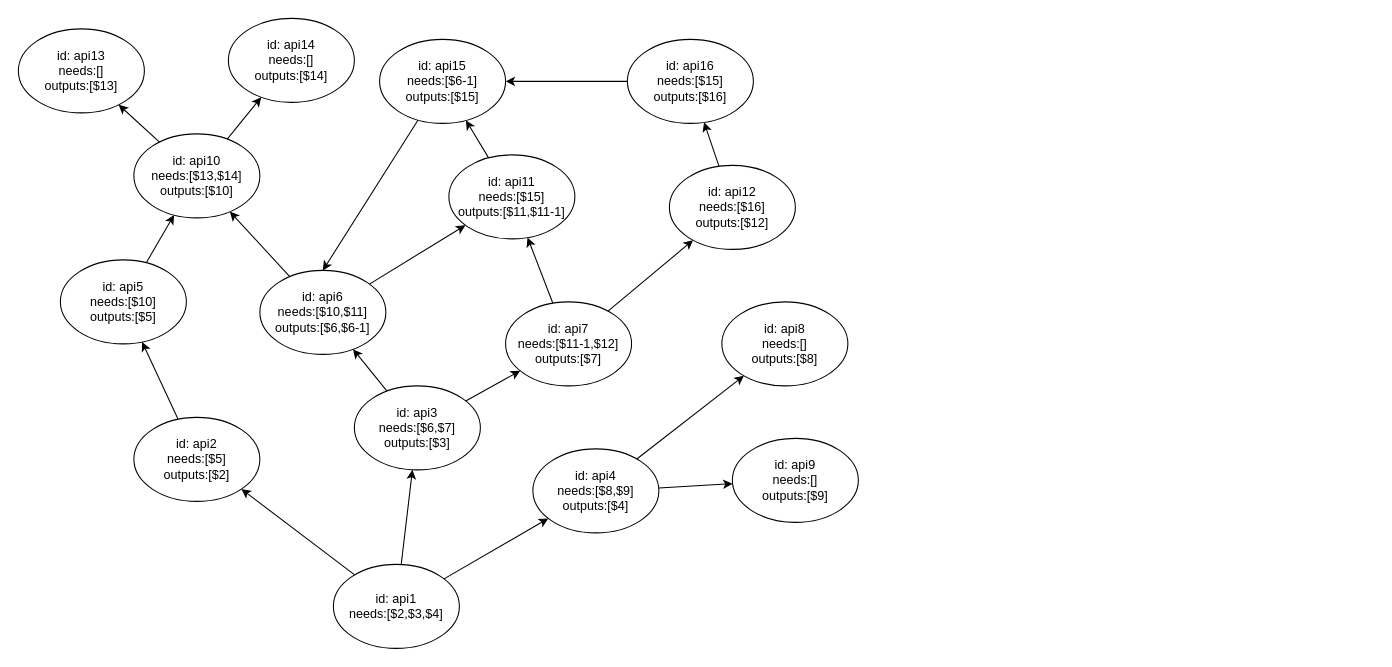
The draw.io diagram docs/invokeChains.drawio in apporoad/atest.js, before the edit. Source tidied: cells renumbered, new cells numbered last; positions are measured from the earlier drawing's top-left corner, leaving out a move shared by most shapes. Both pictures are drawn from the tidied source at 105%, with x=0, y=0 at pixel (18, 18).
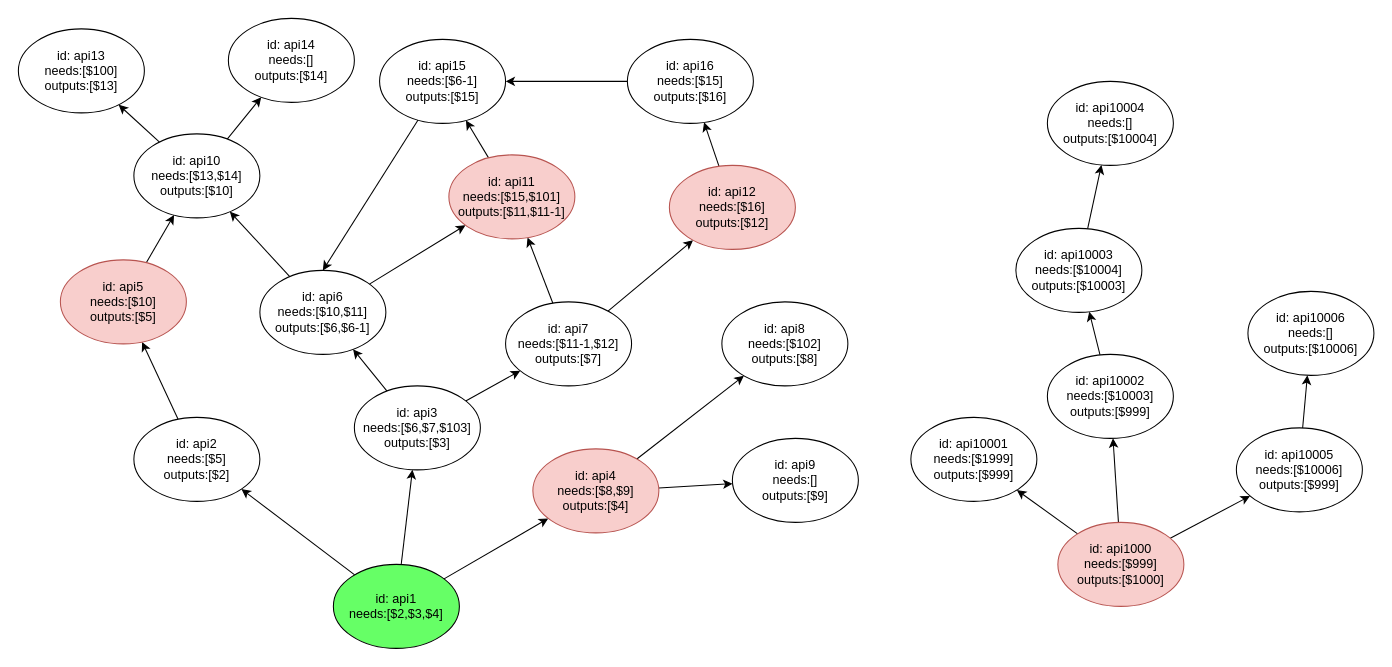
The same diagram, later.

Change to the diagram source:
```diff
@@
-    <mxCell id="5" value="id: api1&lt;br&gt;needs:[$2,$3,$4]" style="ellipse;whiteSpace=wrap;html=1;" parent="1" vertex="1">
+    <mxCell id="5" value="id: api1&lt;br&gt;needs:[$2,$3,$4]" style="ellipse;whiteSpace=wrap;html=1;fillColor=#66FF66;" parent="1" vertex="1">
       <mxGeometry x="300" y="520" width="120" height="80" as="geometry" />
     </mxCell>
@@
-    <mxCell id="10" value="id: api3&lt;br&gt;&lt;div&gt;needs:[$6,$7]&lt;/div&gt;&lt;div&gt;outputs:[$3]&lt;br&gt;&lt;/div&gt;" style="ellipse;whiteSpace=wrap;html=1;" parent="1" vertex="1">
+    <mxCell id="10" value="id: api3&lt;br&gt;&lt;div&gt;needs:[$6,$7,$103]&lt;/div&gt;&lt;div&gt;outputs:[$3]&lt;br&gt;&lt;/div&gt;" style="ellipse;whiteSpace=wrap;html=1;" parent="1" vertex="1">
       <mxGeometry x="320" y="350" width="120" height="80" as="geometry" />
     </mxCell>
@@
-    <mxCell id="13" value="id: api4&lt;br&gt;&lt;div&gt;needs:[$8,$9]&lt;/div&gt;&lt;div&gt;outputs:[$4]&lt;br&gt;&lt;/div&gt;" style="ellipse;whiteSpace=wrap;html=1;" parent="1" vertex="1">
+    <mxCell id="13" value="id: api4&lt;br&gt;&lt;div&gt;needs:[$8,$9]&lt;/div&gt;&lt;div&gt;outputs:[$4]&lt;br&gt;&lt;/div&gt;" style="ellipse;whiteSpace=wrap;html=1;fillColor=#f8cecc;strokeColor=#b85450;" parent="1" vertex="1">
       <mxGeometry x="490" y="410" width="120" height="80" as="geometry" />
     </mxCell>
@@
-    <mxCell id="15" value="id: api5&lt;br&gt;&lt;div&gt;needs:[$10]&lt;br&gt;outputs:[$5]&lt;br&gt;&lt;/div&gt;" style="ellipse;whiteSpace=wrap;html=1;" parent="1" vertex="1">
+    <mxCell id="15" value="id: api5&lt;br&gt;&lt;div&gt;needs:[$10]&lt;br&gt;outputs:[$5]&lt;br&gt;&lt;/div&gt;" style="ellipse;whiteSpace=wrap;html=1;fillColor=#f8cecc;strokeColor=#b85450;" parent="1" vertex="1">
       <mxGeometry x="40" y="230" width="120" height="80" as="geometry" />
     </mxCell>
@@
-    <mxCell id="22" value="id: api8&lt;br&gt;&lt;div&gt;needs:[]&lt;/div&gt;&lt;div&gt;outputs:[$8]&lt;br&gt;&lt;/div&gt;" style="ellipse;whiteSpace=wrap;html=1;" parent="1" vertex="1">
+    <mxCell id="22" value="id: api8&lt;br&gt;&lt;div&gt;needs:[$102]&lt;/div&gt;&lt;div&gt;outputs:[$8]&lt;br&gt;&lt;/div&gt;" style="ellipse;whiteSpace=wrap;html=1;" parent="1" vertex="1">
       <mxGeometry x="670" y="270" width="120" height="80" as="geometry" />
     </mxCell>
@@
-    <mxCell id="27" value="id: api13&lt;br&gt;&lt;div&gt;needs:[]&lt;/div&gt;&lt;div&gt;outputs:[$13]&lt;br&gt;&lt;/div&gt;" style="ellipse;whiteSpace=wrap;html=1;" parent="1" vertex="1">
+    <mxCell id="27" value="id: api13&lt;br&gt;&lt;div&gt;needs:[$100]&lt;/div&gt;&lt;div&gt;outputs:[$13]&lt;br&gt;&lt;/div&gt;" style="ellipse;whiteSpace=wrap;html=1;" parent="1" vertex="1">
       <mxGeometry y="10" width="120" height="80" as="geometry" />
     </mxCell>
@@
-    <mxCell id="30" value="id: api12&lt;br&gt;&lt;div&gt;needs:[$16]&lt;/div&gt;&lt;div&gt;outputs:[$12]&lt;br&gt;&lt;/div&gt;" style="ellipse;whiteSpace=wrap;html=1;" parent="1" vertex="1">
+    <mxCell id="30" value="id: api12&lt;br&gt;&lt;div&gt;needs:[$16]&lt;/div&gt;&lt;div&gt;outputs:[$12]&lt;br&gt;&lt;/div&gt;" style="ellipse;whiteSpace=wrap;html=1;fillColor=#f8cecc;strokeColor=#b85450;" parent="1" vertex="1">
       <mxGeometry x="620" y="140" width="120" height="80" as="geometry" />
     </mxCell>
@@
-    <mxCell id="34" value="id: api11&lt;br&gt;&lt;div&gt;needs:[$15]&lt;/div&gt;&lt;div&gt;outputs:[$11,$11-1]&lt;br&gt;&lt;/div&gt;" style="ellipse;whiteSpace=wrap;html=1;" parent="1" vertex="1">
+    <mxCell id="34" value="id: api11&lt;br&gt;&lt;div&gt;needs:[$15,$101]&lt;/div&gt;&lt;div&gt;outputs:[$11,$11-1]&lt;br&gt;&lt;/div&gt;" style="ellipse;whiteSpace=wrap;html=1;fillColor=#f8cecc;strokeColor=#b85450;" parent="1" vertex="1">
       <mxGeometry x="410" y="130" width="120" height="80" as="geometry" />
     </mxCell>
@@
+    <mxCell id="37" style="rounded=0;jettySize=auto;html=1;" parent="1" edge="1" source="40" target="49">
+      <mxGeometry relative="1" as="geometry" />
+    </mxCell>
+    <mxCell id="38" style="edgeStyle=none;rounded=0;jettySize=auto;html=1;" parent="1" edge="1" source="40" target="42">
+      <mxGeometry relative="1" as="geometry" />
+    </mxCell>
+    <mxCell id="39" style="edgeStyle=none;rounded=0;jettySize=auto;html=1;" parent="1" edge="1" source="40" target="44">
+      <mxGeometry relative="1" as="geometry" />
+    </mxCell>
+    <mxCell id="40" value="id: api1000&lt;br&gt;&lt;div&gt;needs:[$999]&lt;/div&gt;&lt;div&gt;outputs:[$1000]&lt;br&gt;&lt;/div&gt;" style="ellipse;whiteSpace=wrap;html=1;fillColor=#f8cecc;strokeColor=#b85450;" parent="1" vertex="1">
+      <mxGeometry x="990" y="480" width="120" height="80" as="geometry" />
+    </mxCell>
+    <mxCell id="41" style="edgeStyle=none;rounded=0;jettySize=auto;html=1;" parent="1" edge="1" source="42" target="46">
+      <mxGeometry relative="1" as="geometry" />
+    </mxCell>
+    <mxCell id="42" value="id: api10002&lt;br&gt;&lt;div&gt;needs:[$10003]&lt;/div&gt;&lt;div&gt;outputs:[$999]&lt;br&gt;&lt;/div&gt;" style="ellipse;whiteSpace=wrap;html=1;" parent="1" vertex="1">
+      <mxGeometry x="980" y="320" width="120" height="80" as="geometry" />
+    </mxCell>
+    <mxCell id="43" style="edgeStyle=none;rounded=0;jettySize=auto;html=1;" parent="1" edge="1" source="44" target="47">
+      <mxGeometry relative="1" as="geometry" />
+    </mxCell>
+    <mxCell id="44" value="id: api10005&lt;br&gt;&lt;div&gt;needs:[$10006]&lt;/div&gt;&lt;div&gt;outputs:[$999]&lt;br&gt;&lt;/div&gt;" style="ellipse;whiteSpace=wrap;html=1;" parent="1" vertex="1">
+      <mxGeometry x="1160" y="390" width="120" height="80" as="geometry" />
+    </mxCell>
+    <mxCell id="45" style="edgeStyle=none;rounded=0;jettySize=auto;html=1;" parent="1" edge="1" source="46" target="48">
+      <mxGeometry relative="1" as="geometry" />
+    </mxCell>
+    <mxCell id="46" value="id: api10003&lt;br&gt;&lt;div&gt;needs:[$10004]&lt;/div&gt;&lt;div&gt;outputs:[$10003]&lt;br&gt;&lt;/div&gt;" style="ellipse;whiteSpace=wrap;html=1;" parent="1" vertex="1">
+      <mxGeometry x="950" y="200" width="120" height="80" as="geometry" />
+    </mxCell>
+    <mxCell id="47" value="id: api10006&lt;br&gt;&lt;div&gt;needs:[]&lt;/div&gt;&lt;div&gt;outputs:[$10006]&lt;br&gt;&lt;/div&gt;" style="ellipse;whiteSpace=wrap;html=1;" parent="1" vertex="1">
+      <mxGeometry x="1171" y="260" width="120" height="80" as="geometry" />
+    </mxCell>
+    <mxCell id="48" value="id: api10004&lt;br&gt;&lt;div&gt;needs:[]&lt;/div&gt;&lt;div&gt;outputs:[$10004]&lt;br&gt;&lt;/div&gt;" style="ellipse;whiteSpace=wrap;html=1;" parent="1" vertex="1">
+      <mxGeometry x="980" y="60" width="120" height="80" as="geometry" />
+    </mxCell>
+    <mxCell id="49" value="id: api10001&lt;br&gt;&lt;div&gt;needs:[$1999]&lt;/div&gt;&lt;div&gt;outputs:[$999]&lt;br&gt;&lt;/div&gt;" style="ellipse;whiteSpace=wrap;html=1;" parent="1" vertex="1">
+      <mxGeometry x="850" y="380" width="120" height="80" as="geometry" />
+    </mxCell>
```
